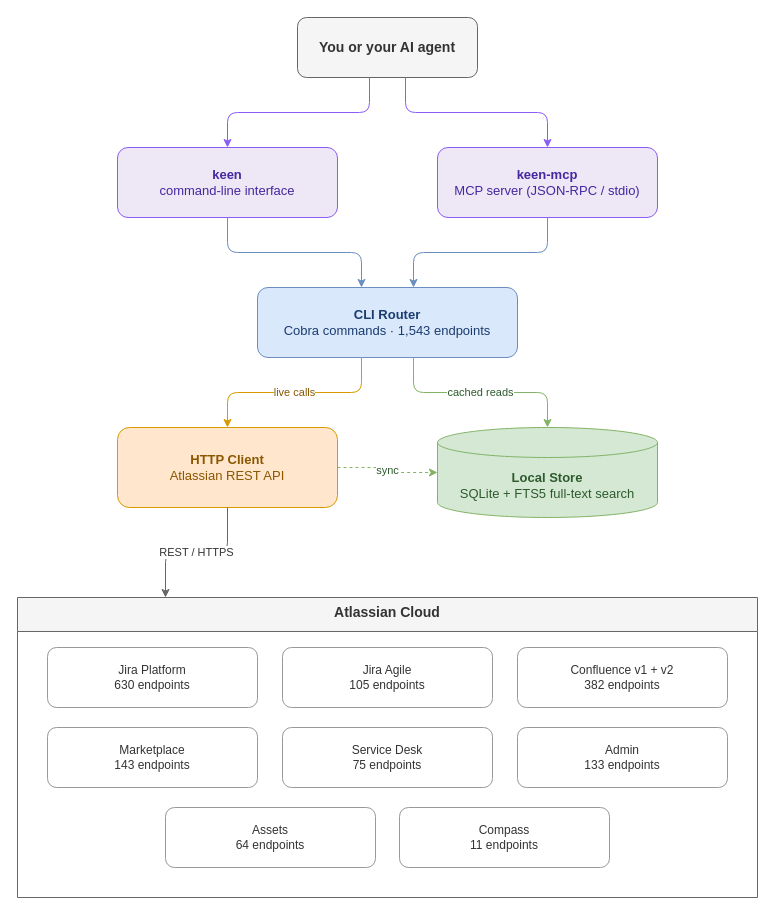
Earlier version of the draw.io diagram docs/diagrams/architecture.drawio (imogenlabs/keen). Source tidied: cells renumbered, new cells numbered last; positions are measured from the earlier drawing's top-left corner, leaving out a move shared by most shapes. Both pictures are drawn from the tidied source at 100%, with x=0, y=0 at pixel (17, 17).
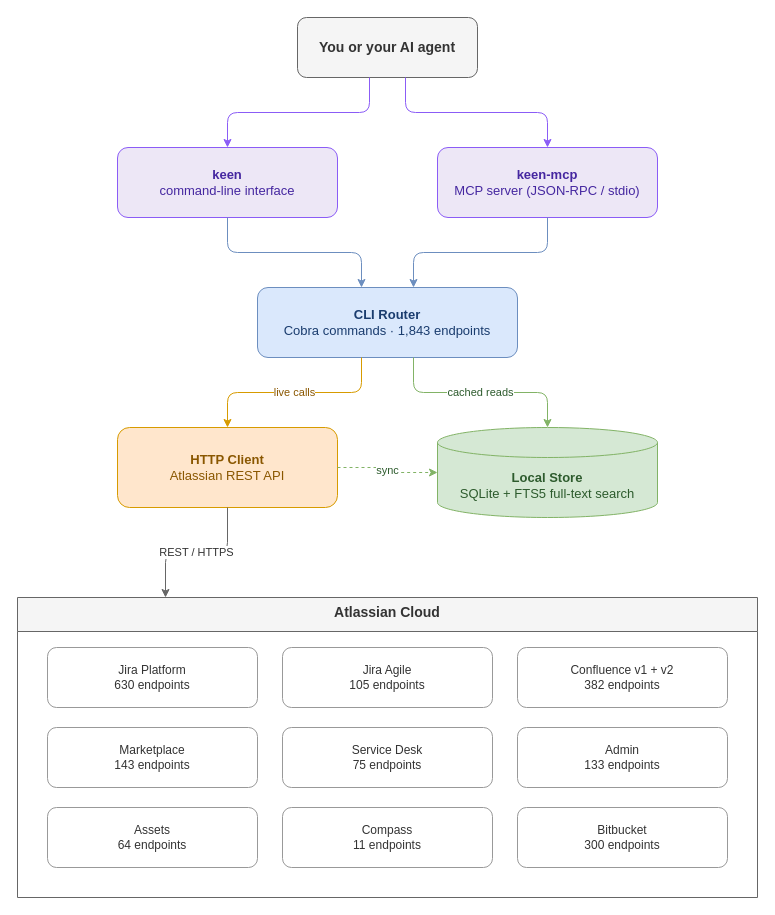
The same diagram, later.

The change refers to these unchanged cells:
```xml
<mxCell id="8" value="Atlassian Cloud" style="swimlane;startSize=34;whiteSpace=wrap;html=1;fillColor=#f5f5f5;strokeColor=#666666;fontColor=#333333;fontSize=14;fontStyle=1;verticalAlign=top;" parent="1" vertex="1">
  <mxGeometry y="580" width="740" height="300" as="geometry" />
</mxCell>
```

The edit, as a diff of the source:
```diff
@@
-    <mxCell id="5" value="&lt;b&gt;CLI Router&lt;/b&gt;&#10;Cobra commands · 1,543 endpoints" style="rounded=1;whiteSpace=wrap;html=1;fillColor=#dae8fc;strokeColor=#6c8ebf;fontColor=#1a3c6e;fontSize=13;" parent="1" vertex="1">
+    <mxCell id="5" value="&lt;b&gt;CLI Router&lt;/b&gt;&#10;Cobra commands · 1,843 endpoints" style="rounded=1;whiteSpace=wrap;html=1;fillColor=#dae8fc;strokeColor=#6c8ebf;fontColor=#1a3c6e;fontSize=13;" parent="1" vertex="1">
       <mxGeometry x="240" y="270" width="260" height="70" as="geometry" />
     </mxCell>
@@
     <mxCell id="15" value="Assets&#10;64 endpoints" style="rounded=1;whiteSpace=wrap;html=1;fillColor=#ffffff;strokeColor=#999999;fontColor=#333333;fontSize=12;" parent="8" vertex="1">
-      <mxGeometry x="148" y="210" width="210" height="60" as="geometry" />
+      <mxGeometry x="30" y="210" width="210" height="60" as="geometry" />
     </mxCell>
     <mxCell id="16" value="Compass&#10;11 endpoints" style="rounded=1;whiteSpace=wrap;html=1;fillColor=#ffffff;strokeColor=#999999;fontColor=#333333;fontSize=12;" parent="8" vertex="1">
-      <mxGeometry x="382" y="210" width="210" height="60" as="geometry" />
+      <mxGeometry x="265" y="210" width="210" height="60" as="geometry" />
     </mxCell>
+    <mxCell id="25" value="Bitbucket&#10;300 endpoints" style="rounded=1;whiteSpace=wrap;html=1;fillColor=#ffffff;strokeColor=#999999;fontColor=#333333;fontSize=12;" parent="8" vertex="1">
+      <mxGeometry x="500" y="210" width="210" height="60" as="geometry" />
+    </mxCell>
```
